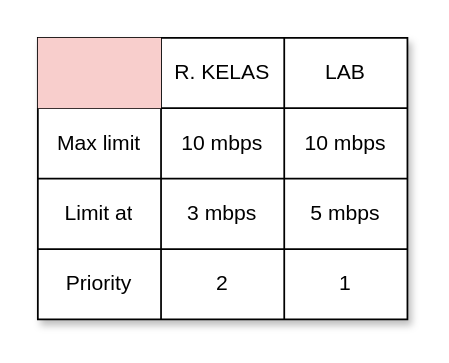
The draw.io diagram rincian-ojm.drawio in Mirekan/dump-drawio, before the edit. Source tidied: cells renumbered, new cells numbered last; positions are measured from the earlier drawing's top-left corner, leaving out a move shared by most shapes. Both pictures are drawn from the tidied source at 176%, with x=0, y=0 at pixel (37, 37).
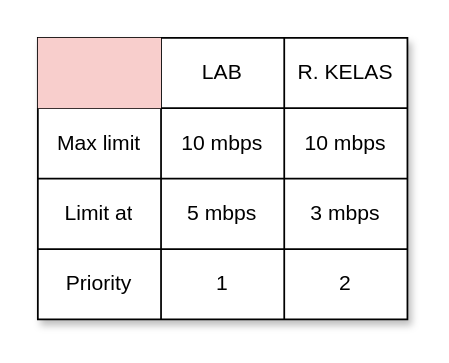
The same diagram, later.

What changed in the source:
```diff
@@
 <mxGraphModel>
   <root>
     <mxCell id="0" />
     <mxCell id="1" parent="0" />
     <mxCell id="2" style="shape=table;startSize=0;childLayout=tableLayout;shadow=1;" parent="1" vertex="1">
       <mxGeometry width="210" height="160" as="geometry" />
     </mxCell>
     <mxCell id="3" style="shape=tableRow;horizontal=0;startSize=0;swimlaneHead=0;swimlaneBody=0;strokeColor=inherit;top=0;left=0;bottom=0;right=0;fillColor=none;" parent="2" vertex="1">
       <mxGeometry width="210" height="40" as="geometry" />
     </mxCell>
     <mxCell id="4" style="shape=partialRectangle;html=1;whiteSpace=wrap;strokeColor=#b85450;overflow=hidden;fillColor=#f8cecc;top=0;left=0;bottom=0;right=0;" parent="3" vertex="1">
       <mxGeometry width="70" height="40" as="geometry" />
     </mxCell>
-    <mxCell id="5" value="R. KELAS" style="shape=partialRectangle;html=1;whiteSpace=wrap;strokeColor=inherit;overflow=hidden;fillColor=none;top=0;left=0;bottom=0;right=0;" parent="3" vertex="1">
+    <mxCell id="5" value="LAB" style="shape=partialRectangle;html=1;whiteSpace=wrap;strokeColor=inherit;overflow=hidden;fillColor=none;top=0;left=0;bottom=0;right=0;" parent="3" vertex="1">
       <mxGeometry x="70" width="70" height="40" as="geometry" />
     </mxCell>
-    <mxCell id="6" value="LAB" style="shape=partialRectangle;html=1;whiteSpace=wrap;strokeColor=inherit;overflow=hidden;fillColor=none;top=0;left=0;bottom=0;right=0;" parent="3" vertex="1">
+    <mxCell id="6" value="R. KELAS" style="shape=partialRectangle;html=1;whiteSpace=wrap;strokeColor=inherit;overflow=hidden;fillColor=none;top=0;left=0;bottom=0;right=0;" parent="3" vertex="1">
       <mxGeometry x="140" width="70" height="40" as="geometry" />
     </mxCell>
     <mxCell id="7" style="shape=tableRow;horizontal=0;startSize=0;swimlaneHead=0;swimlaneBody=0;strokeColor=inherit;top=0;left=0;bottom=0;right=0;fillColor=none;" parent="2" vertex="1">
       <mxGeometry y="40" width="210" height="40" as="geometry" />
     </mxCell>
     <mxCell id="8" value="Max limit" style="shape=partialRectangle;html=1;whiteSpace=wrap;strokeColor=inherit;overflow=hidden;fillColor=none;top=0;left=0;bottom=0;right=0;" parent="7" vertex="1">
       <mxGeometry width="70" height="40" as="geometry" />
     </mxCell>
     <mxCell id="9" value="10 mbps" style="shape=partialRectangle;html=1;whiteSpace=wrap;strokeColor=inherit;overflow=hidden;fillColor=none;top=0;left=0;bottom=0;right=0;" parent="7" vertex="1">
       <mxGeometry x="70" width="70" height="40" as="geometry" />
     </mxCell>
     <mxCell id="10" value="10 mbps" style="shape=partialRectangle;html=1;whiteSpace=wrap;strokeColor=inherit;overflow=hidden;fillColor=none;top=0;left=0;bottom=0;right=0;" parent="7" vertex="1">
       <mxGeometry x="140" width="70" height="40" as="geometry" />
     </mxCell>
     <mxCell id="11" style="shape=tableRow;horizontal=0;startSize=0;swimlaneHead=0;swimlaneBody=0;strokeColor=inherit;top=0;left=0;bottom=0;right=0;fillColor=none;" parent="2" vertex="1">
       <mxGeometry y="80" width="210" height="40" as="geometry" />
     </mxCell>
     <mxCell id="12" value="Limit at" style="shape=partialRectangle;html=1;whiteSpace=wrap;strokeColor=inherit;overflow=hidden;fillColor=none;top=0;left=0;bottom=0;right=0;" parent="11" vertex="1">
       <mxGeometry width="70" height="40" as="geometry" />
     </mxCell>
-    <mxCell id="13" value="3 mbps" style="shape=partialRectangle;html=1;whiteSpace=wrap;strokeColor=inherit;overflow=hidden;fillColor=none;top=0;left=0;bottom=0;right=0;" parent="11" vertex="1">
+    <mxCell id="13" value="5 mbps" style="shape=partialRectangle;html=1;whiteSpace=wrap;strokeColor=inherit;overflow=hidden;fillColor=none;top=0;left=0;bottom=0;right=0;" parent="11" vertex="1">
       <mxGeometry x="70" width="70" height="40" as="geometry" />
     </mxCell>
-    <mxCell id="14" value="5 mbps" style="shape=partialRectangle;html=1;whiteSpace=wrap;strokeColor=inherit;overflow=hidden;fillColor=none;top=0;left=0;bottom=0;right=0;" parent="11" vertex="1">
+    <mxCell id="14" value="3 mbps" style="shape=partialRectangle;html=1;whiteSpace=wrap;strokeColor=inherit;overflow=hidden;fillColor=none;top=0;left=0;bottom=0;right=0;" parent="11" vertex="1">
       <mxGeometry x="140" width="70" height="40" as="geometry" />
     </mxCell>
     <mxCell id="15" style="shape=tableRow;horizontal=0;startSize=0;swimlaneHead=0;swimlaneBody=0;strokeColor=inherit;top=0;left=0;bottom=0;right=0;fillColor=none;" parent="2" vertex="1">
       <mxGeometry y="120" width="210" height="40" as="geometry" />
     </mxCell>
     <mxCell id="16" value="Priority" style="shape=partialRectangle;html=1;whiteSpace=wrap;strokeColor=inherit;overflow=hidden;fillColor=none;top=0;left=0;bottom=0;right=0;" parent="15" vertex="1">
       <mxGeometry width="70" height="40" as="geometry" />
     </mxCell>
-    <mxCell id="17" value="2" style="shape=partialRectangle;html=1;whiteSpace=wrap;strokeColor=inherit;overflow=hidden;fillColor=none;top=0;left=0;bottom=0;right=0;" parent="15" vertex="1">
+    <mxCell id="17" value="1" style="shape=partialRectangle;html=1;whiteSpace=wrap;strokeColor=inherit;overflow=hidden;fillColor=none;top=0;left=0;bottom=0;right=0;" parent="15" vertex="1">
       <mxGeometry x="70" width="70" height="40" as="geometry" />
     </mxCell>
-    <mxCell id="18" value="1" style="shape=partialRectangle;html=1;whiteSpace=wrap;strokeColor=inherit;overflow=hidden;fillColor=none;top=0;left=0;bottom=0;right=0;" parent="15" vertex="1">
+    <mxCell id="18" value="2" style="shape=partialRectangle;html=1;whiteSpace=wrap;strokeColor=inherit;overflow=hidden;fillColor=none;top=0;left=0;bottom=0;right=0;" parent="15" vertex="1">
       <mxGeometry x="140" width="70" height="40" as="geometry" />
     </mxCell>
   </root>
 </mxGraphModel>
```
